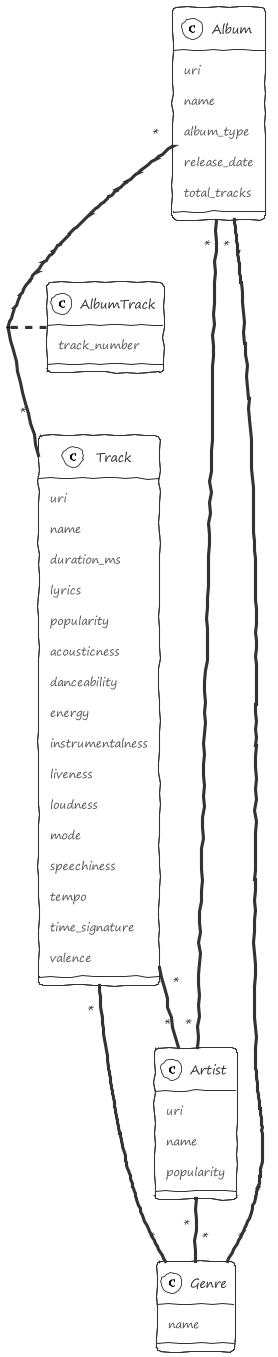
Before: out/database/database.png, a diagram exported from PlantUML (Educorreia932/FEUP-PRI).
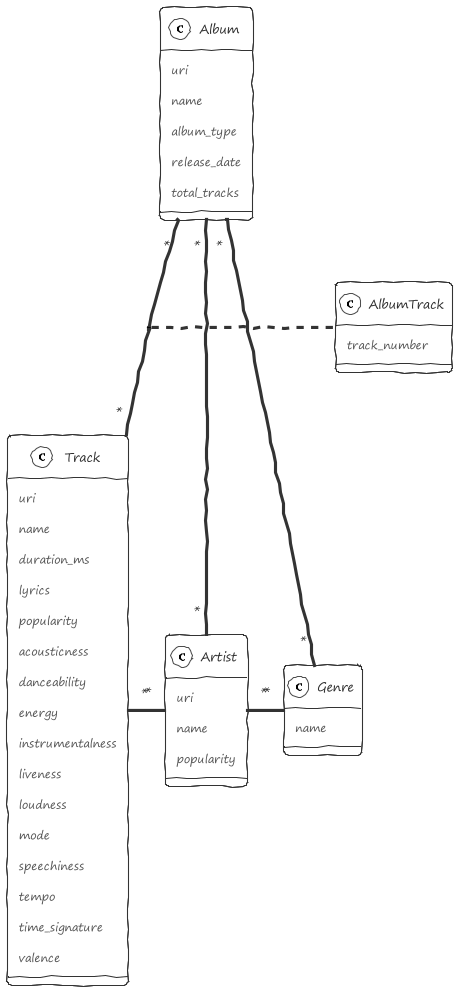
After the commit.

What changed in the source:
```diff
@@ -2,16 +2,14 @@
 
 !theme sketchy-outline
 
-Artist "*" -- "*" Genre
+Artist "*" - "*" Genre
 
 Album "*" -- "*" Track
 (Album, Track) .. AlbumTrack
+Album "*" - "*" Genre
+Album "*" - "*" Artist
 
-Album "*" -- "*" Genre
-Album "*" -- "*" Artist
-
-Track "*" -- "*" Genre
-Track "*" -- "*" Artist
+Track "*" - "*" Artist
 
 Genre : name
 
```
